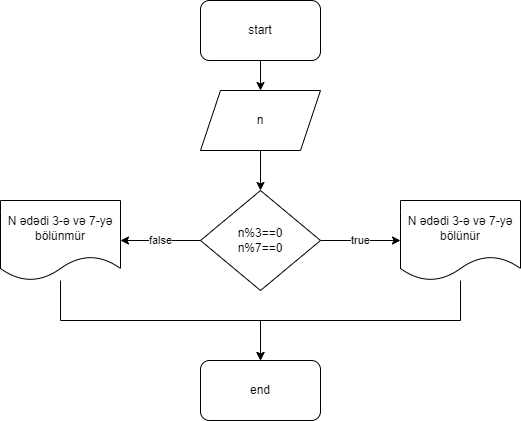
rasulvh/Diagrams keeps this draw.io diagram as Divide to 3 and 7.png. Above is the earlier version. Source tidied: cells renumbered, new cells last; positions are measured from the earlier drawing's top-left corner, leaving out a move shared by most shapes.
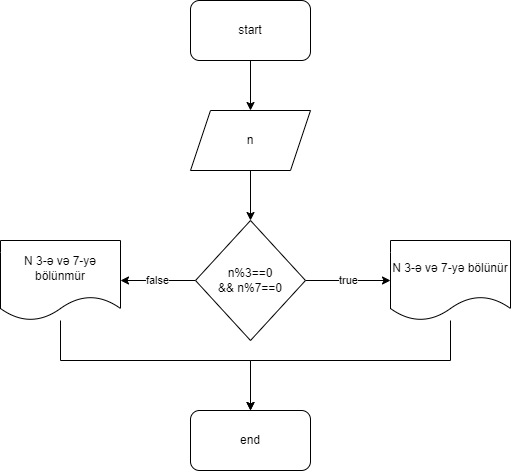
Above is the later version.

Change to the diagram source:
```diff
@@ -6,47 +6,47 @@
       <mxGeometry relative="1" as="geometry" />
     </mxCell>
     <mxCell id="3" value="start" style="rounded=1;whiteSpace=wrap;html=1;" parent="1" vertex="1">
-      <mxGeometry x="200" width="120" height="60" as="geometry" />
+      <mxGeometry x="160" y="-40" width="120" height="60" as="geometry" />
     </mxCell>
-    <mxCell id="4" style="edgeStyle=orthogonalEdgeStyle;rounded=0;jettySize=auto;html=1;" parent="1" edge="1" source="5" target="8">
-      <mxGeometry relative="1" as="geometry" />
-    </mxCell>
+    <mxCell id="14" style="edgeStyle=orthogonalEdgeStyle;rounded=0;jettySize=auto;html=1;" parent="1" edge="1" source="5" target="15">
+      <mxGeometry relative="1" as="geometry" />
+    </mxCell>
     <mxCell id="5" value="n" style="shape=parallelogram;perimeter=parallelogramPerimeter;whiteSpace=wrap;html=1;fixedSize=1;" parent="1" vertex="1">
-      <mxGeometry x="200" y="90" width="120" height="60" as="geometry" />
+      <mxGeometry x="160" y="70" width="120" height="60" as="geometry" />
     </mxCell>
+    <mxCell id="7" value="true" style="edgeStyle=orthogonalEdgeStyle;rounded=0;jettySize=auto;html=1;" parent="1" edge="1" source="15" target="17">
+      <mxGeometry relative="1" as="geometry" />
+    </mxCell>
-    <mxCell id="6" value="false" style="edgeStyle=orthogonalEdgeStyle;rounded=0;jettySize=auto;html=1;" parent="1" edge="1" source="8" target="12">
+    <mxCell id="6" value="false" style="edgeStyle=orthogonalEdgeStyle;rounded=0;jettySize=auto;html=1;" parent="1" edge="1" source="15" target="19">
       <mxGeometry relative="1" as="geometry" />
     </mxCell>
-    <mxCell id="7" value="true" style="edgeStyle=orthogonalEdgeStyle;rounded=0;jettySize=auto;html=1;" parent="1" edge="1" source="8" target="10">
-      <mxGeometry relative="1" as="geometry" />
-    </mxCell>
-    <mxCell id="8" value="n%3==0&lt;br&gt;n%7==0" style="rhombus;whiteSpace=wrap;html=1;" parent="1" vertex="1">
-      <mxGeometry x="200" y="190" width="120" height="100" as="geometry" />
-    </mxCell>
-    <mxCell id="9" style="edgeStyle=orthogonalEdgeStyle;rounded=0;jettySize=auto;html=1;" parent="1" edge="1" source="10" target="13">
-      <mxGeometry relative="1" as="geometry">
-        <Array as="points">
-          <mxPoint x="460" y="320" />
-          <mxPoint x="260" y="320" />
-        </Array>
-      </mxGeometry>
-    </mxCell>
-    <mxCell id="10" value="N ədədi 3-ə və 7-yə bölünür" style="shape=document;whiteSpace=wrap;html=1;boundedLbl=1;" parent="1" vertex="1">
-      <mxGeometry x="400" y="200" width="120" height="80" as="geometry" />
-    </mxCell>
-    <mxCell id="11" style="edgeStyle=orthogonalEdgeStyle;rounded=0;jettySize=auto;html=1;entryX=0.5;entryY=0;entryDx=0;entryDy=0;" parent="1" edge="1" source="12" target="13">
-      <mxGeometry relative="1" as="geometry">
-        <Array as="points">
-          <mxPoint x="60" y="320" />
-          <mxPoint x="260" y="320" />
-        </Array>
-      </mxGeometry>
-    </mxCell>
-    <mxCell id="12" value="N ədədi 3-ə və 7-yə bölünmür" style="shape=document;whiteSpace=wrap;html=1;boundedLbl=1;" parent="1" vertex="1">
-      <mxGeometry y="200" width="120" height="80" as="geometry" />
-    </mxCell>
+    <mxCell id="15" value="n%3==0&lt;br&gt;&amp;amp;&amp;amp; n%7==0" style="rhombus;whiteSpace=wrap;html=1;" parent="1" vertex="1">
+      <mxGeometry x="165" y="180" width="110" height="120" as="geometry" />
+    </mxCell>
+    <mxCell id="16" style="edgeStyle=orthogonalEdgeStyle;rounded=0;jettySize=auto;html=1;entryX=0.5;entryY=0;entryDx=0;entryDy=0;" parent="1" edge="1" source="17" target="13">
+      <mxGeometry relative="1" as="geometry">
+        <Array as="points">
+          <mxPoint x="420" y="320" />
+          <mxPoint x="220" y="320" />
+        </Array>
+      </mxGeometry>
+    </mxCell>
+    <mxCell id="17" value="N 3-ə və 7-yə bölünür" style="shape=document;whiteSpace=wrap;html=1;boundedLbl=1;" parent="1" vertex="1">
+      <mxGeometry x="360" y="200" width="120" height="80" as="geometry" />
+    </mxCell>
+    <mxCell id="18" style="edgeStyle=orthogonalEdgeStyle;rounded=0;jettySize=auto;html=1;" parent="1" edge="1" source="19" target="13">
+      <mxGeometry relative="1" as="geometry">
+        <Array as="points">
+          <mxPoint x="30" y="320" />
+          <mxPoint x="220" y="320" />
+        </Array>
+      </mxGeometry>
+    </mxCell>
+    <mxCell id="19" value="N 3-ə və 7-yə bölünmür" style="shape=document;whiteSpace=wrap;html=1;boundedLbl=1;" parent="1" vertex="1">
+      <mxGeometry x="-30" y="200" width="120" height="80" as="geometry" />
+    </mxCell>
     <mxCell id="13" value="end" style="rounded=1;whiteSpace=wrap;html=1;" parent="1" vertex="1">
-      <mxGeometry x="200" y="360" width="120" height="60" as="geometry" />
+      <mxGeometry x="160" y="370" width="120" height="60" as="geometry" />
     </mxCell>
   </root>
 </mxGraphModel>
```
